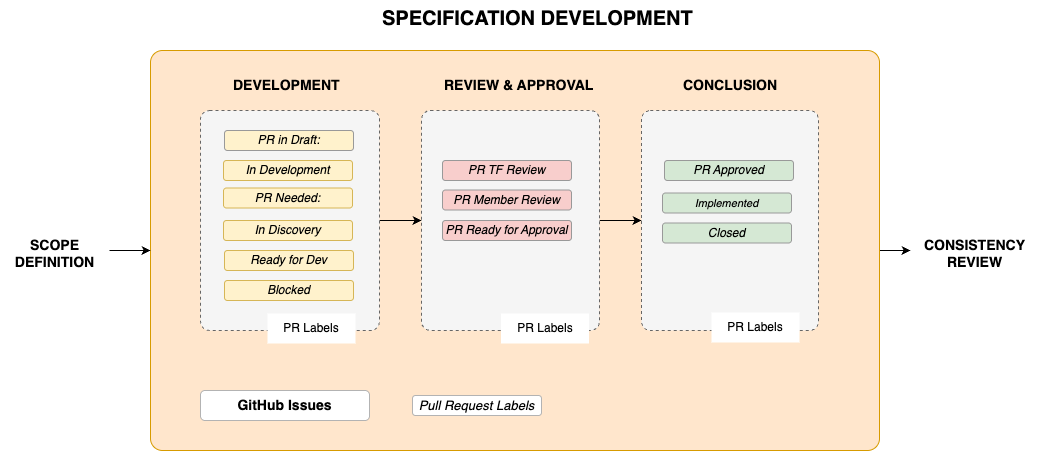
Earlier version of the draw.io export guidelines/images/FOCUS-Process-development-2-phase.drawio.png (FinOps-Open-Cost-and-Usage-Spec/FOCUS_Spec). Source tidied: cells renumbered, new cells last; positions are measured from the earlier drawing's top-left corner, leaving out a move shared by most shapes. Its diagram source:
```xml
<mxGraphModel>
  <root>
    <mxCell id="0" />
    <mxCell id="1" parent="0" />
    <mxCell id="2" style="edgeStyle=orthogonalEdgeStyle;rounded=0;jettySize=auto;html=1;exitX=1;exitY=0.5;exitDx=0;exitDy=0;" parent="1" edge="1" source="3" target="31">
      <mxGeometry relative="1" as="geometry" />
    </mxCell>
    <mxCell id="3" style="rounded=1;whiteSpace=wrap;html=1;fillColor=#ffe6cc;arcSize=3;strokeColor=#D79B00;fontColor=#B3B3B3;" parent="1" vertex="1">
      <mxGeometry x="150" y="50" width="729" height="400" as="geometry" />
    </mxCell>
    <mxCell id="4" style="rounded=1;whiteSpace=wrap;html=1;fillColor=#f5f5f5;dashed=1;arcSize=5;fontColor=#333333;strokeColor=#666666;" parent="1" vertex="1">
      <mxGeometry x="641" y="110" width="177" height="220" as="geometry" />
    </mxCell>
    <mxCell id="5" style="edgeStyle=orthogonalEdgeStyle;rounded=0;jettySize=auto;html=1;exitX=1;exitY=0.5;exitDx=0;exitDy=0;entryX=0;entryY=0.5;entryDx=0;entryDy=0;strokeColor=#000000;" parent="1" edge="1" source="6" target="4">
      <mxGeometry relative="1" as="geometry" />
    </mxCell>
    <mxCell id="6" style="rounded=1;whiteSpace=wrap;html=1;fillColor=#f5f5f5;dashed=1;arcSize=5;fontColor=#333333;strokeColor=#666666;" parent="1" vertex="1">
      <mxGeometry x="421" y="110" width="178" height="220" as="geometry" />
    </mxCell>
    <mxCell id="7" style="edgeStyle=orthogonalEdgeStyle;rounded=0;jettySize=auto;html=1;exitX=1;exitY=0.5;exitDx=0;exitDy=0;entryX=0;entryY=0.5;entryDx=0;entryDy=0;strokeColor=#000000;" parent="1" edge="1" source="8" target="6">
      <mxGeometry relative="1" as="geometry" />
    </mxCell>
    <mxCell id="8" style="rounded=1;whiteSpace=wrap;html=1;fillColor=#f5f5f5;dashed=1;arcSize=5;fontColor=#333333;strokeColor=#666666;" parent="1" vertex="1">
      <mxGeometry x="200" y="110" width="179" height="220" as="geometry" />
    </mxCell>
    <mxCell id="9" value="Ready for Dev" style="rounded=1;whiteSpace=wrap;html=1;fillColor=#fff2cc;strokeColor=#d6b656;fontStyle=2;" parent="1" vertex="1">
      <mxGeometry x="224" y="250" width="129" height="20" as="geometry" />
    </mxCell>
    <mxCell id="10" value="PR Needed:" style="rounded=1;whiteSpace=wrap;html=1;fillColor=#fff2cc;strokeColor=#d6b656;fontStyle=2;" parent="1" vertex="1">
      <mxGeometry x="223" y="187.5" width="129" height="20" as="geometry" />
    </mxCell>
    <mxCell id="11" value="PR in Draft:" style="rounded=1;whiteSpace=wrap;html=1;fillColor=#fff2cc;strokeColor=#999999;fontStyle=2;" parent="1" vertex="1">
      <mxGeometry x="224" y="130" width="129" height="20" as="geometry" />
    </mxCell>
    <mxCell id="12" value="PR TF Review" style="rounded=1;whiteSpace=wrap;html=1;fillColor=#f8cecc;strokeColor=#999999;fontStyle=2;" parent="1" vertex="1">
      <mxGeometry x="442" y="160" width="129" height="20" as="geometry" />
    </mxCell>
    <mxCell id="13" value="PR Member Review" style="rounded=1;whiteSpace=wrap;html=1;fillColor=#f8cecc;strokeColor=#999999;fontStyle=2;" parent="1" vertex="1">
      <mxGeometry x="442" y="189.5" width="129" height="20" as="geometry" />
    </mxCell>
    <mxCell id="14" value="PR Ready for Approval" style="rounded=1;whiteSpace=wrap;html=1;fillColor=#f8cecc;strokeColor=#999999;fontStyle=2;" parent="1" vertex="1">
      <mxGeometry x="442" y="220" width="129" height="20" as="geometry" />
    </mxCell>
    <mxCell id="15" value="PR Approved" style="rounded=1;whiteSpace=wrap;html=1;fillColor=#d5e8d4;strokeColor=#999999;fontStyle=2;" parent="1" vertex="1">
      <mxGeometry x="664" y="160" width="129" height="20" as="geometry" />
    </mxCell>
    <mxCell id="16" value="&lt;font style=&quot;font-size: 11px;&quot;&gt;Implemented&lt;/font&gt;" style="rounded=1;whiteSpace=wrap;html=1;fillColor=#d5e8d4;strokeColor=#999999;fontStyle=2;" parent="1" vertex="1">
      <mxGeometry x="662" y="192.5" width="129" height="20" as="geometry" />
    </mxCell>
    <mxCell id="17" value="Blocked" style="whiteSpace=wrap;html=1;rounded=1;fillColor=#fff2cc;strokeColor=#d6b656;fontStyle=2;" parent="1" vertex="1">
      <mxGeometry x="224" y="280" width="129" height="20" as="geometry" />
    </mxCell>
    <mxCell id="18" value="Closed" style="whiteSpace=wrap;html=1;rounded=1;fillColor=#d5e8d4;strokeColor=#999999;fontStyle=2;" parent="1" vertex="1">
      <mxGeometry x="662" y="222.5" width="129" height="20" as="geometry" />
    </mxCell>
    <mxCell id="19" style="edgeStyle=orthogonalEdgeStyle;rounded=0;orthogonalLoop=1;jettySize=auto;html=1;exitX=0.5;exitY=1;exitDx=0;exitDy=0;fillColor=#f8cecc;strokeColor=#999999;" parent="1" edge="1" source="13" target="13">
      <mxGeometry relative="1" as="geometry" />
    </mxCell>
    <mxCell id="20" value="In Development" style="rounded=1;whiteSpace=wrap;html=1;fillColor=#fff2cc;strokeColor=#d6b656;fontStyle=2;" parent="1" vertex="1">
      <mxGeometry x="223" y="160" width="129" height="20" as="geometry" />
    </mxCell>
    <mxCell id="21" value="&lt;font style=&quot;&quot;&gt;In&amp;nbsp;&lt;/font&gt;&lt;span style=&quot;background-color: transparent; color: light-dark(rgb(0, 0, 0), rgb(255, 255, 255));&quot;&gt;Discovery&lt;/span&gt;" style="rounded=1;whiteSpace=wrap;html=1;fillColor=#fff2cc;strokeColor=#d6b656;fontStyle=2;" parent="1" vertex="1">
      <mxGeometry x="223" y="220" width="129" height="20" as="geometry" />
    </mxCell>
    <mxCell id="22" value="&lt;span style=&quot;color: rgb(0, 0, 0); font-family: Helvetica; font-size: 14px; font-style: normal; font-variant-ligatures: normal; font-variant-caps: normal; font-weight: 700; letter-spacing: normal; orphans: 2; text-align: center; text-indent: 0px; text-transform: none; widows: 2; word-spacing: 0px; -webkit-text-stroke-width: 0px; white-space: normal; text-decoration-thickness: initial; text-decoration-style: initial; text-decoration-color: initial; float: none; display: inline !important;&quot;&gt;DEVELOPMENT&lt;/span&gt;" style="text;whiteSpace=wrap;html=1;labelBackgroundColor=none;" parent="1" vertex="1">
      <mxGeometry x="231" y="70" width="139" height="37.5" as="geometry" />
    </mxCell>
    <mxCell id="23" value="&lt;span style=&quot;color: rgb(0, 0, 0); font-family: Helvetica; font-size: 14px; font-style: normal; font-variant-ligatures: normal; font-variant-caps: normal; font-weight: 700; letter-spacing: normal; orphans: 2; text-align: center; text-indent: 0px; text-transform: none; widows: 2; word-spacing: 0px; -webkit-text-stroke-width: 0px; white-space: normal; text-decoration-thickness: initial; text-decoration-style: initial; text-decoration-color: initial; float: none; display: inline !important;&quot;&gt;REVIEW &amp;amp; APPROVAL&lt;/span&gt;" style="text;whiteSpace=wrap;html=1;labelBackgroundColor=none;" parent="1" vertex="1">
      <mxGeometry x="442" y="70" width="179" height="40" as="geometry" />
    </mxCell>
    <mxCell id="24" value="&lt;span style=&quot;color: rgb(0, 0, 0); font-family: Helvetica; font-size: 14px; font-style: normal; font-variant-ligatures: normal; font-variant-caps: normal; font-weight: 700; letter-spacing: normal; orphans: 2; text-align: center; text-indent: 0px; text-transform: none; widows: 2; word-spacing: 0px; -webkit-text-stroke-width: 0px; white-space: normal; text-decoration-thickness: initial; text-decoration-style: initial; text-decoration-color: initial; float: none; display: inline !important;&quot;&gt;CONCLUSION&lt;/span&gt;" style="text;whiteSpace=wrap;html=1;labelBackgroundColor=none;" parent="1" vertex="1">
      <mxGeometry x="681" y="70" width="129" height="40" as="geometry" />
    </mxCell>
    <mxCell id="25" style="edgeStyle=orthogonalEdgeStyle;rounded=0;orthogonalLoop=1;jettySize=auto;html=1;exitX=0.5;exitY=1;exitDx=0;exitDy=0;" parent="1" edge="1" source="8" target="8">
      <mxGeometry relative="1" as="geometry" />
    </mxCell>
    <mxCell id="26" value="&lt;b&gt;&lt;font style=&quot;font-size: 14px;&quot;&gt;GitHub Issues&lt;/font&gt;&lt;/b&gt;" style="rounded=1;whiteSpace=wrap;html=1;strokeColor=#B3B3B3;" parent="1" vertex="1">
      <mxGeometry x="200" y="390" width="169" height="30" as="geometry" />
    </mxCell>
    <mxCell id="27" value="&lt;span style=&quot;font-size: 13px;&quot;&gt;&lt;i&gt;Pull Request Labels&lt;/i&gt;&lt;/span&gt;" style="rounded=1;whiteSpace=wrap;html=1;strokeColor=#B3B3B3;" parent="1" vertex="1">
      <mxGeometry x="412" y="395" width="129" height="20" as="geometry" />
    </mxCell>
    <mxCell id="28" value="PR Labels" style="text;html=1;align=center;verticalAlign=middle;whiteSpace=wrap;rounded=0;fillColor=default;" parent="1" vertex="1">
      <mxGeometry x="267" y="313" width="88" height="30" as="geometry" />
    </mxCell>
    <mxCell id="29" value="PR Labels" style="text;html=1;align=center;verticalAlign=middle;whiteSpace=wrap;rounded=0;fillColor=default;" parent="1" vertex="1">
      <mxGeometry x="500.5" y="313" width="88" height="30" as="geometry" />
    </mxCell>
    <mxCell id="30" value="PR Labels" style="text;html=1;align=center;verticalAlign=middle;whiteSpace=wrap;rounded=0;fillColor=default;" parent="1" vertex="1">
      <mxGeometry x="711" y="312" width="88" height="30" as="geometry" />
    </mxCell>
    <mxCell id="31" value="&lt;span style=&quot;color: rgb(0, 0, 0); font-family: Helvetica; font-size: 14px; font-style: normal; font-variant-ligatures: normal; font-variant-caps: normal; font-weight: 700; letter-spacing: normal; orphans: 2; text-indent: 0px; text-transform: none; widows: 2; word-spacing: 0px; -webkit-text-stroke-width: 0px; white-space: normal; text-decoration-thickness: initial; text-decoration-style: initial; text-decoration-color: initial; float: none; display: inline !important;&quot;&gt;CONSISTENCY REVIEW&lt;/span&gt;" style="text;whiteSpace=wrap;html=1;align=center;labelBackgroundColor=none;" parent="1" vertex="1">
      <mxGeometry x="910" y="230" width="129" height="40" as="geometry" />
    </mxCell>
    <mxCell id="32" style="endArrow=classic;html=1;rounded=0;entryX=0;entryY=0.5;entryDx=0;entryDy=0;exitX=1;exitY=0.5;exitDx=0;exitDy=0;" parent="1" edge="1" source="34" target="3">
      <mxGeometry relative="1" as="geometry" />
    </mxCell>
    <mxCell id="33" value="&lt;blockquote style=&quot;text-align: center; margin: 0px 0px 0px 40px; border: none; padding: 0px;&quot;&gt;&lt;span style=&quot;font-size: 20px;&quot;&gt;&lt;b&gt;SPECIFICATION DEVELOPMENT&lt;/b&gt;&lt;/span&gt;&lt;/blockquote&gt;" style="text;whiteSpace=wrap;html=1;fontSize=14;labelBackgroundColor=none;" parent="1" vertex="1">
      <mxGeometry x="340" width="359" height="40" as="geometry" />
    </mxCell>
    <mxCell id="34" value="&lt;span style=&quot;color: rgb(0, 0, 0); font-family: Helvetica; font-size: 14px; font-style: normal; font-variant-ligatures: normal; font-variant-caps: normal; font-weight: 700; letter-spacing: normal; orphans: 2; text-indent: 0px; text-transform: none; widows: 2; word-spacing: 0px; -webkit-text-stroke-width: 0px; white-space: normal; text-decoration-thickness: initial; text-decoration-style: initial; text-decoration-color: initial; float: none; display: inline !important;&quot;&gt;SCOPE&lt;br&gt;DEFINITION&lt;/span&gt;" style="text;whiteSpace=wrap;html=1;align=center;labelBackgroundColor=none;" parent="1" vertex="1">
      <mxGeometry y="230" width="109" height="40" as="geometry" />
    </mxCell>
  </root>
</mxGraphModel>
```
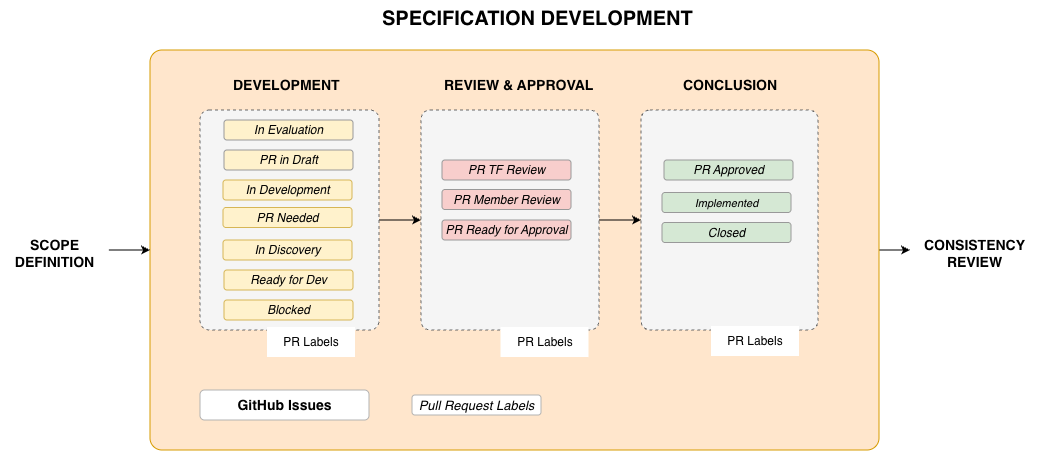
After the change.

Commit message:
update diagram to reflect new status: In Evaluation

The edit, as a diff of the source:
```diff
@@ -24,13 +24,13 @@
       <mxGeometry x="200" y="110" width="179" height="220" as="geometry" />
     </mxCell>
     <mxCell id="9" value="Ready for Dev" style="rounded=1;whiteSpace=wrap;html=1;fillColor=#fff2cc;strokeColor=#d6b656;fontStyle=2;" parent="1" vertex="1">
-      <mxGeometry x="224" y="250" width="129" height="20" as="geometry" />
+      <mxGeometry x="224" y="270" width="129" height="20" as="geometry" />
     </mxCell>
-    <mxCell id="10" value="PR Needed:" style="rounded=1;whiteSpace=wrap;html=1;fillColor=#fff2cc;strokeColor=#d6b656;fontStyle=2;" parent="1" vertex="1">
-      <mxGeometry x="223" y="187.5" width="129" height="20" as="geometry" />
+    <mxCell id="10" value="PR Needed" style="rounded=1;whiteSpace=wrap;html=1;fillColor=#fff2cc;strokeColor=#d6b656;fontStyle=2;" parent="1" vertex="1">
+      <mxGeometry x="223" y="207.5" width="129" height="20" as="geometry" />
     </mxCell>
-    <mxCell id="11" value="PR in Draft:" style="rounded=1;whiteSpace=wrap;html=1;fillColor=#fff2cc;strokeColor=#999999;fontStyle=2;" parent="1" vertex="1">
-      <mxGeometry x="224" y="130" width="129" height="20" as="geometry" />
+    <mxCell id="11" value="PR in Draft" style="rounded=1;whiteSpace=wrap;html=1;fillColor=#fff2cc;strokeColor=#999999;fontStyle=2;" parent="1" vertex="1">
+      <mxGeometry x="224" y="150" width="129" height="20" as="geometry" />
     </mxCell>
     <mxCell id="12" value="PR TF Review" style="rounded=1;whiteSpace=wrap;html=1;fillColor=#f8cecc;strokeColor=#999999;fontStyle=2;" parent="1" vertex="1">
       <mxGeometry x="442" y="160" width="129" height="20" as="geometry" />
@@ -48,7 +48,7 @@
       <mxGeometry x="662" y="192.5" width="129" height="20" as="geometry" />
     </mxCell>
     <mxCell id="17" value="Blocked" style="whiteSpace=wrap;html=1;rounded=1;fillColor=#fff2cc;strokeColor=#d6b656;fontStyle=2;" parent="1" vertex="1">
-      <mxGeometry x="224" y="280" width="129" height="20" as="geometry" />
+      <mxGeometry x="224" y="300" width="129" height="20" as="geometry" />
     </mxCell>
     <mxCell id="18" value="Closed" style="whiteSpace=wrap;html=1;rounded=1;fillColor=#d5e8d4;strokeColor=#999999;fontStyle=2;" parent="1" vertex="1">
       <mxGeometry x="662" y="222.5" width="129" height="20" as="geometry" />
@@ -57,10 +57,10 @@
       <mxGeometry relative="1" as="geometry" />
     </mxCell>
     <mxCell id="20" value="In Development" style="rounded=1;whiteSpace=wrap;html=1;fillColor=#fff2cc;strokeColor=#d6b656;fontStyle=2;" parent="1" vertex="1">
-      <mxGeometry x="223" y="160" width="129" height="20" as="geometry" />
+      <mxGeometry x="223" y="180" width="129" height="20" as="geometry" />
     </mxCell>
     <mxCell id="21" value="&lt;font style=&quot;&quot;&gt;In&amp;nbsp;&lt;/font&gt;&lt;span style=&quot;background-color: transparent; color: light-dark(rgb(0, 0, 0), rgb(255, 255, 255));&quot;&gt;Discovery&lt;/span&gt;" style="rounded=1;whiteSpace=wrap;html=1;fillColor=#fff2cc;strokeColor=#d6b656;fontStyle=2;" parent="1" vertex="1">
-      <mxGeometry x="223" y="220" width="129" height="20" as="geometry" />
+      <mxGeometry x="223" y="240" width="129" height="20" as="geometry" />
     </mxCell>
     <mxCell id="22" value="&lt;span style=&quot;color: rgb(0, 0, 0); font-family: Helvetica; font-size: 14px; font-style: normal; font-variant-ligatures: normal; font-variant-caps: normal; font-weight: 700; letter-spacing: normal; orphans: 2; text-align: center; text-indent: 0px; text-transform: none; widows: 2; word-spacing: 0px; -webkit-text-stroke-width: 0px; white-space: normal; text-decoration-thickness: initial; text-decoration-style: initial; text-decoration-color: initial; float: none; display: inline !important;&quot;&gt;DEVELOPMENT&lt;/span&gt;" style="text;whiteSpace=wrap;html=1;labelBackgroundColor=none;" parent="1" vertex="1">
       <mxGeometry x="231" y="70" width="139" height="37.5" as="geometry" />
@@ -81,13 +81,13 @@
       <mxGeometry x="412" y="395" width="129" height="20" as="geometry" />
     </mxCell>
     <mxCell id="28" value="PR Labels" style="text;html=1;align=center;verticalAlign=middle;whiteSpace=wrap;rounded=0;fillColor=default;" parent="1" vertex="1">
-      <mxGeometry x="267" y="313" width="88" height="30" as="geometry" />
+      <mxGeometry x="267" y="327" width="88" height="30" as="geometry" />
     </mxCell>
     <mxCell id="29" value="PR Labels" style="text;html=1;align=center;verticalAlign=middle;whiteSpace=wrap;rounded=0;fillColor=default;" parent="1" vertex="1">
-      <mxGeometry x="500.5" y="313" width="88" height="30" as="geometry" />
+      <mxGeometry x="500.5" y="327" width="88" height="30" as="geometry" />
     </mxCell>
     <mxCell id="30" value="PR Labels" style="text;html=1;align=center;verticalAlign=middle;whiteSpace=wrap;rounded=0;fillColor=default;" parent="1" vertex="1">
-      <mxGeometry x="711" y="312" width="88" height="30" as="geometry" />
+      <mxGeometry x="711" y="326" width="88" height="30" as="geometry" />
     </mxCell>
     <mxCell id="31" value="&lt;span style=&quot;color: rgb(0, 0, 0); font-family: Helvetica; font-size: 14px; font-style: normal; font-variant-ligatures: normal; font-variant-caps: normal; font-weight: 700; letter-spacing: normal; orphans: 2; text-indent: 0px; text-transform: none; widows: 2; word-spacing: 0px; -webkit-text-stroke-width: 0px; white-space: normal; text-decoration-thickness: initial; text-decoration-style: initial; text-decoration-color: initial; float: none; display: inline !important;&quot;&gt;CONSISTENCY REVIEW&lt;/span&gt;" style="text;whiteSpace=wrap;html=1;align=center;labelBackgroundColor=none;" parent="1" vertex="1">
       <mxGeometry x="910" y="230" width="129" height="40" as="geometry" />
@@ -101,5 +101,8 @@
     <mxCell id="34" value="&lt;span style=&quot;color: rgb(0, 0, 0); font-family: Helvetica; font-size: 14px; font-style: normal; font-variant-ligatures: normal; font-variant-caps: normal; font-weight: 700; letter-spacing: normal; orphans: 2; text-indent: 0px; text-transform: none; widows: 2; word-spacing: 0px; -webkit-text-stroke-width: 0px; white-space: normal; text-decoration-thickness: initial; text-decoration-style: initial; text-decoration-color: initial; float: none; display: inline !important;&quot;&gt;SCOPE&lt;br&gt;DEFINITION&lt;/span&gt;" style="text;whiteSpace=wrap;html=1;align=center;labelBackgroundColor=none;" parent="1" vertex="1">
       <mxGeometry y="230" width="109" height="40" as="geometry" />
     </mxCell>
+    <mxCell id="35" value="In Evaluation" style="rounded=1;whiteSpace=wrap;html=1;fillColor=#fff2cc;strokeColor=#999999;fontStyle=2;" parent="1" vertex="1">
+      <mxGeometry x="224" y="120" width="129" height="20" as="geometry" />
+    </mxCell>
   </root>
 </mxGraphModel>
```
